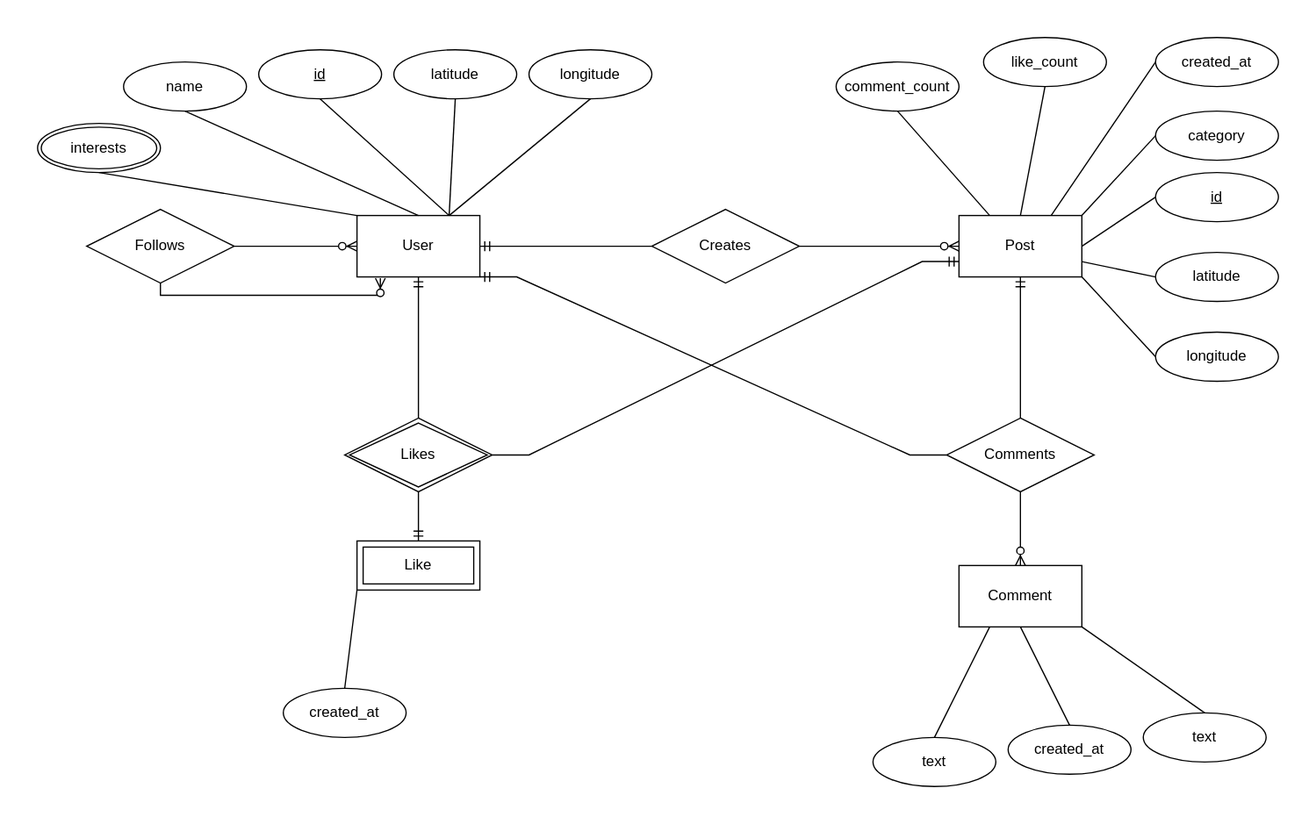
Earlier version of the draw.io export docs/News-Feed-ER-Diagram.svg (JatinDholakia/News-Feed). Source tidied: cells renumbered, new cells last; positions are measured from the earlier drawing's top-left corner, leaving out a move shared by most shapes.
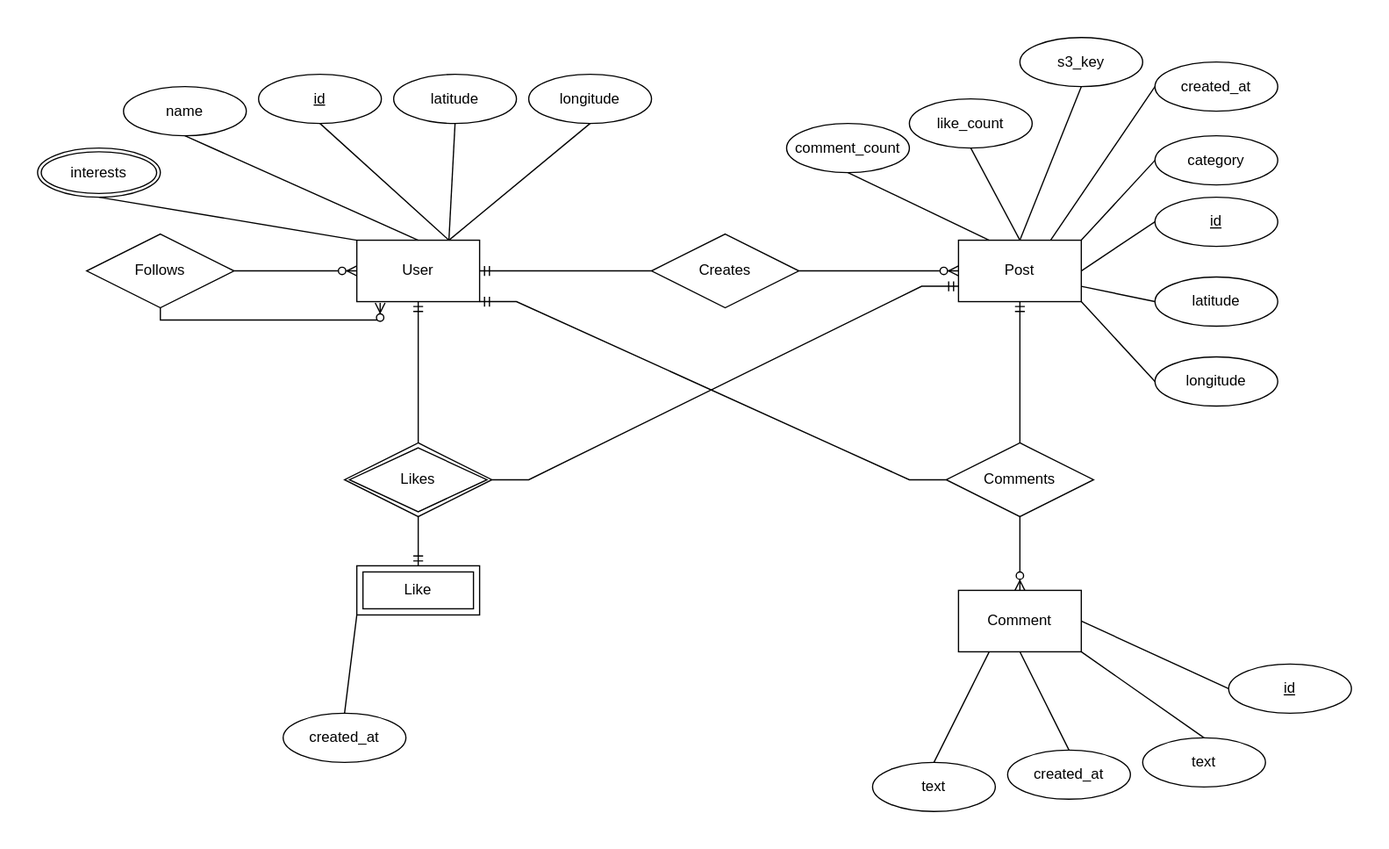
After the commit.

Diff of the diagram source:
```diff
@@ -107,10 +107,10 @@
       <mxGeometry relative="1" as="geometry" />
     </mxCell>
     <mxCell id="36" value="like_count" style="ellipse;whiteSpace=wrap;html=1;align=center;" parent="1" vertex="1">
-      <mxGeometry x="770" width="100" height="40" as="geometry" />
+      <mxGeometry x="710" y="30" width="100" height="40" as="geometry" />
     </mxCell>
     <mxCell id="37" value="comment_count" style="ellipse;whiteSpace=wrap;html=1;align=center;" parent="1" vertex="1">
-      <mxGeometry x="650" y="20" width="100" height="40" as="geometry" />
+      <mxGeometry x="610" y="50" width="100" height="40" as="geometry" />
     </mxCell>
     <mxCell id="38" style="endArrow=none;html=1;rounded=0;entryX=0.5;entryY=1;entryDx=0;entryDy=0;exitX=0.25;exitY=0;exitDx=0;exitDy=0;" parent="1" edge="1" source="5" target="37">
       <mxGeometry relative="1" as="geometry" />
@@ -154,5 +154,17 @@
     <mxCell id="51" style="endArrow=none;html=1;rounded=0;entryX=0.5;entryY=1;entryDx=0;entryDy=0;exitX=0.75;exitY=0;exitDx=0;exitDy=0;" parent="1" edge="1" source="2" target="48">
       <mxGeometry relative="1" as="geometry" />
     </mxCell>
+    <mxCell id="52" value="id" style="ellipse;whiteSpace=wrap;html=1;align=center;fontStyle=4;" parent="1" vertex="1">
+      <mxGeometry x="970" y="490" width="100" height="40" as="geometry" />
+    </mxCell>
+    <mxCell id="53" style="endArrow=none;html=1;rounded=0;entryX=0;entryY=0.5;entryDx=0;entryDy=0;exitX=1;exitY=0.5;exitDx=0;exitDy=0;" parent="1" edge="1" source="21" target="52">
+      <mxGeometry relative="1" as="geometry" />
+    </mxCell>
+    <mxCell id="54" value="s3_key" style="ellipse;whiteSpace=wrap;html=1;align=center;" parent="1" vertex="1">
+      <mxGeometry x="800" y="-20" width="100" height="40" as="geometry" />
+    </mxCell>
+    <mxCell id="55" style="endArrow=none;html=1;rounded=0;entryX=0.5;entryY=1;entryDx=0;entryDy=0;exitX=0.5;exitY=0;exitDx=0;exitDy=0;" parent="1" edge="1" source="5" target="54">
+      <mxGeometry relative="1" as="geometry" />
+    </mxCell>
   </root>
 </mxGraphModel>
```
